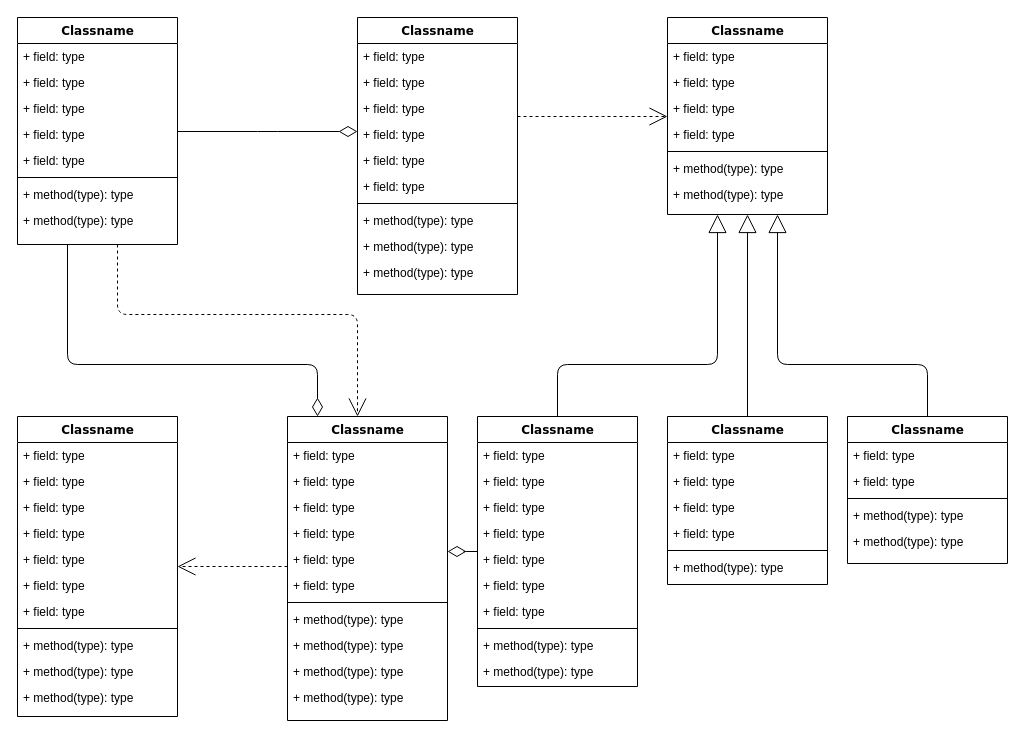
The draw.io diagram extra/Untitled Diagram.drawio in Laxman67/SchoolCool, before the edit. Source tidied: cells renumbered, new cells numbered last; positions are measured from the earlier drawing's top-left corner, leaving out a move shared by most shapes. Both pictures are drawn from the tidied source at 100%, with x=0, y=0 at pixel (17, 17).
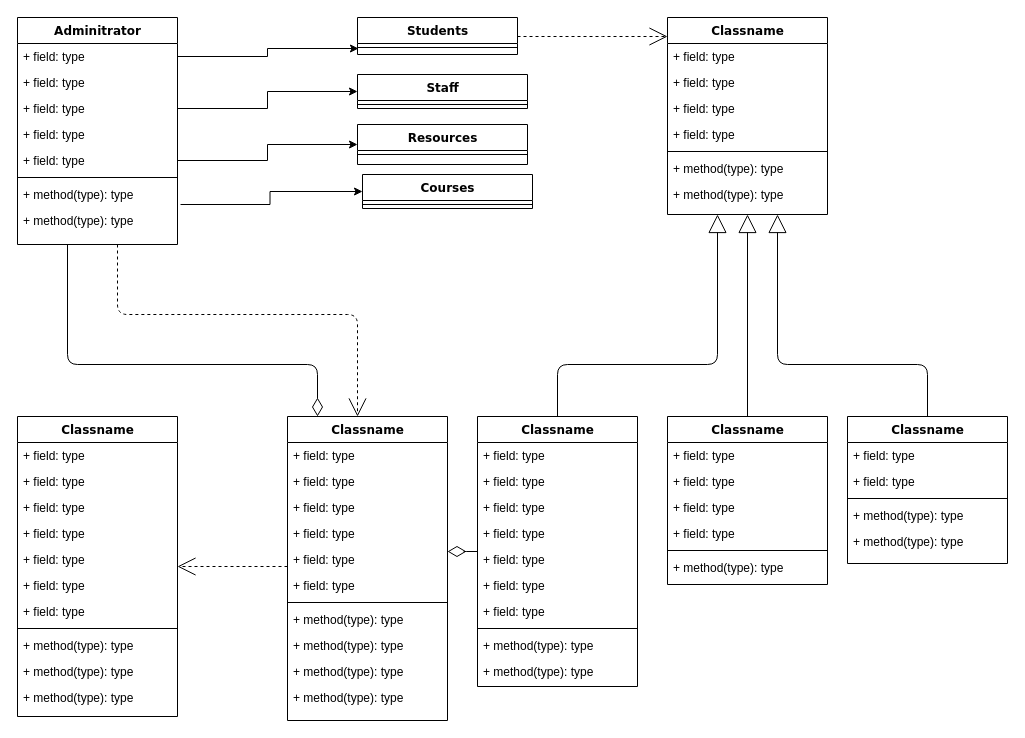
After the change.

Unchanged cells that the change refers to:
```xml
<mxCell id="5" value="+ field: type" style="text;html=1;strokeColor=none;fillColor=none;align=left;verticalAlign=top;spacingLeft=4;spacingRight=4;whiteSpace=wrap;overflow=hidden;points=[[0,0.5],[1,0.5]];portConstraint=eastwest;" parent="4" vertex="1">
  <mxGeometry y="26" width="160" height="26" as="geometry" />
</mxCell>
<mxCell id="7" value="+ field: type" style="text;html=1;strokeColor=none;fillColor=none;align=left;verticalAlign=top;spacingLeft=4;spacingRight=4;whiteSpace=wrap;overflow=hidden;points=[[0,0.5],[1,0.5]];portConstraint=eastwest;" parent="4" vertex="1">
  <mxGeometry y="78" width="160" height="26" as="geometry" />
</mxCell>
<mxCell id="9" value="+ field: type" style="text;html=1;strokeColor=none;fillColor=none;align=left;verticalAlign=top;spacingLeft=4;spacingRight=4;whiteSpace=wrap;overflow=hidden;points=[[0,0.5],[1,0.5]];portConstraint=eastwest;" parent="4" vertex="1">
  <mxGeometry y="130" width="160" height="26" as="geometry" />
</mxCell>
<mxCell id="11" value="+ method(type): type" style="text;html=1;strokeColor=none;fillColor=none;align=left;verticalAlign=top;spacingLeft=4;spacingRight=4;whiteSpace=wrap;overflow=hidden;points=[[0,0.5],[1,0.5]];portConstraint=eastwest;" parent="4" vertex="1">
  <mxGeometry y="164" width="160" height="26" as="geometry" />
</mxCell>
```

The edit, as a diff of the source:
```diff
@@
-    <mxCell id="4" value="Classname" style="swimlane;html=1;fontStyle=1;align=center;verticalAlign=top;horizontal=1;startSize=26;swimlaneFillColor=#ffffff;rounded=0;shadow=0;comic=0;labelBackgroundColor=none;strokeWidth=1;fillColor=none;fontFamily=Verdana;fontSize=12;" parent="1" vertex="1">
+    <mxCell id="4" value="Adminitrator" style="swimlane;html=1;fontStyle=1;align=center;verticalAlign=top;horizontal=1;startSize=26;swimlaneFillColor=#ffffff;rounded=0;shadow=0;comic=0;labelBackgroundColor=none;strokeWidth=1;fillColor=none;fontFamily=Verdana;fontSize=12;" parent="1" vertex="1">
       <mxGeometry width="160" height="227" as="geometry" />
     </mxCell>
@@
-    <mxCell id="14" value="Classname" style="swimlane;html=1;fontStyle=1;align=center;verticalAlign=top;horizontal=1;startSize=26;swimlaneFillColor=#ffffff;rounded=0;shadow=0;comic=0;labelBackgroundColor=none;strokeWidth=1;fillColor=none;fontFamily=Verdana;fontSize=12;" parent="1" vertex="1">
-      <mxGeometry x="340" width="160" height="277" as="geometry" />
+    <mxCell id="14" value="Students" style="swimlane;html=1;fontStyle=1;align=center;verticalAlign=top;horizontal=1;startSize=26;swimlaneFillColor=#ffffff;rounded=0;shadow=0;comic=0;labelBackgroundColor=none;strokeWidth=1;fillColor=none;fontFamily=Verdana;fontSize=12;" parent="1" vertex="1">
+      <mxGeometry x="340" width="160" height="37" as="geometry" />
     </mxCell>
-    <mxCell id="15" value="+ field: type" style="text;html=1;strokeColor=none;fillColor=none;align=left;verticalAlign=top;spacingLeft=4;spacingRight=4;whiteSpace=wrap;overflow=hidden;" parent="14" vertex="1">
-      <mxGeometry y="26" width="160" height="26" as="geometry" />
-    </mxCell>
-    <mxCell id="16" value="+ field: type" style="text;html=1;strokeColor=none;fillColor=none;align=left;verticalAlign=top;spacingLeft=4;spacingRight=4;whiteSpace=wrap;overflow=hidden;" parent="14" vertex="1">
-      <mxGeometry y="52" width="160" height="26" as="geometry" />
-    </mxCell>
-    <mxCell id="17" value="+ field: type" style="text;html=1;strokeColor=none;fillColor=none;align=left;verticalAlign=top;spacingLeft=4;spacingRight=4;whiteSpace=wrap;overflow=hidden;" parent="14" vertex="1">
-      <mxGeometry y="78" width="160" height="26" as="geometry" />
-    </mxCell>
-    <mxCell id="18" value="+ field: type" style="text;html=1;strokeColor=none;fillColor=none;align=left;verticalAlign=top;spacingLeft=4;spacingRight=4;whiteSpace=wrap;overflow=hidden;" parent="14" vertex="1">
-      <mxGeometry y="104" width="160" height="26" as="geometry" />
-    </mxCell>
-    <mxCell id="19" value="+ field: type" style="text;html=1;strokeColor=none;fillColor=none;align=left;verticalAlign=top;spacingLeft=4;spacingRight=4;whiteSpace=wrap;overflow=hidden;" parent="14" vertex="1">
-      <mxGeometry y="130" width="160" height="26" as="geometry" />
-    </mxCell>
-    <mxCell id="20" value="+ field: type" style="text;html=1;strokeColor=none;fillColor=none;align=left;verticalAlign=top;spacingLeft=4;spacingRight=4;whiteSpace=wrap;overflow=hidden;" parent="14" vertex="1">
-      <mxGeometry y="156" width="160" height="26" as="geometry" />
-    </mxCell>
     <mxCell id="21" style="line;html=1;strokeWidth=1;fillColor=none;align=left;verticalAlign=middle;spacingTop=-1;spacingLeft=3;spacingRight=3;labelPosition=right;points=[];portConstraint=eastwest;" parent="14" vertex="1">
-      <mxGeometry y="182" width="160" height="8" as="geometry" />
+      <mxGeometry y="26" width="160" height="8" as="geometry" />
     </mxCell>
-    <mxCell id="22" value="+ method(type): type" style="text;html=1;strokeColor=none;fillColor=none;align=left;verticalAlign=top;spacingLeft=4;spacingRight=4;whiteSpace=wrap;overflow=hidden;" parent="14" vertex="1">
-      <mxGeometry y="190" width="160" height="26" as="geometry" />
-    </mxCell>
-    <mxCell id="23" value="+ method(type): type" style="text;html=1;strokeColor=none;fillColor=none;align=left;verticalAlign=top;spacingLeft=4;spacingRight=4;whiteSpace=wrap;overflow=hidden;" parent="14" vertex="1">
-      <mxGeometry y="216" width="160" height="26" as="geometry" />
-    </mxCell>
-    <mxCell id="24" value="+ method(type): type" style="text;html=1;strokeColor=none;fillColor=none;align=left;verticalAlign=top;spacingLeft=4;spacingRight=4;whiteSpace=wrap;overflow=hidden;" parent="14" vertex="1">
-      <mxGeometry y="242" width="160" height="26" as="geometry" />
-    </mxCell>
@@
-    <mxCell id="86" style="edgeStyle=elbowEdgeStyle;html=1;labelBackgroundColor=none;startFill=0;startSize=8;endArrow=diamondThin;endFill=0;endSize=16;fontFamily=Verdana;fontSize=12;elbow=vertical;" parent="1" edge="1" source="4" target="14">
-      <mxGeometry relative="1" as="geometry" />
-    </mxCell>
+    <mxCell id="87" value="Staff" style="swimlane;html=1;fontStyle=1;align=center;verticalAlign=top;horizontal=1;startSize=26;swimlaneFillColor=#ffffff;rounded=0;shadow=0;comic=0;labelBackgroundColor=none;strokeWidth=1;fillColor=none;fontFamily=Verdana;fontSize=12;" parent="1" vertex="1">
+      <mxGeometry x="340" y="57" width="170" height="34" as="geometry" />
+    </mxCell>
+    <mxCell id="88" style="line;html=1;strokeWidth=1;fillColor=none;align=left;verticalAlign=middle;spacingTop=-1;spacingLeft=3;spacingRight=3;labelPosition=right;" parent="87" vertex="1">
+      <mxGeometry y="26" width="170" height="8" as="geometry" />
+    </mxCell>
+    <mxCell id="89" style="edgeStyle=orthogonalEdgeStyle;rounded=0;jettySize=auto;html=1;entryX=0.006;entryY=0.625;entryDx=0;entryDy=0;entryPerimeter=0;" parent="1" edge="1" source="5" target="21">
+      <mxGeometry relative="1" as="geometry" />
+    </mxCell>
+    <mxCell id="90" value="Resources" style="swimlane;html=1;fontStyle=1;align=center;verticalAlign=top;horizontal=1;startSize=26;swimlaneFillColor=#ffffff;rounded=0;shadow=0;comic=0;labelBackgroundColor=none;strokeWidth=1;fillColor=none;fontFamily=Verdana;fontSize=12;" parent="1" vertex="1">
+      <mxGeometry x="340" y="107" width="170" height="40" as="geometry" />
+    </mxCell>
+    <mxCell id="91" style="line;html=1;strokeWidth=1;fillColor=none;align=left;verticalAlign=middle;spacingTop=-1;spacingLeft=3;spacingRight=3;labelPosition=right;" parent="90" vertex="1">
+      <mxGeometry y="26" width="170" height="8" as="geometry" />
+    </mxCell>
+    <mxCell id="92" style="edgeStyle=orthogonalEdgeStyle;rounded=0;jettySize=auto;html=1;" parent="1" edge="1" source="7" target="87">
+      <mxGeometry relative="1" as="geometry" />
+    </mxCell>
+    <mxCell id="93" style="edgeStyle=orthogonalEdgeStyle;rounded=0;jettySize=auto;html=1;entryX=0;entryY=0.5;entryDx=0;entryDy=0;" parent="1" edge="1" source="9" target="90">
+      <mxGeometry relative="1" as="geometry" />
+    </mxCell>
+    <mxCell id="94" value="Courses" style="swimlane;html=1;fontStyle=1;align=center;verticalAlign=top;horizontal=1;startSize=26;swimlaneFillColor=#ffffff;rounded=0;shadow=0;comic=0;labelBackgroundColor=none;strokeWidth=1;fillColor=none;fontFamily=Verdana;fontSize=12;" parent="1" vertex="1">
+      <mxGeometry x="345" y="157" width="170" height="34" as="geometry" />
+    </mxCell>
+    <mxCell id="95" style="line;html=1;strokeWidth=1;fillColor=none;align=left;verticalAlign=middle;spacingTop=-1;spacingLeft=3;spacingRight=3;labelPosition=right;" parent="94" vertex="1">
+      <mxGeometry y="26" width="170" height="8" as="geometry" />
+    </mxCell>
+    <mxCell id="96" style="edgeStyle=orthogonalEdgeStyle;rounded=0;jettySize=auto;html=1;entryX=0;entryY=0.5;entryDx=0;entryDy=0;exitX=1.019;exitY=0.885;exitDx=0;exitDy=0;exitPerimeter=0;" parent="1" edge="1" source="11" target="94">
+      <mxGeometry relative="1" as="geometry" />
+    </mxCell>
```
